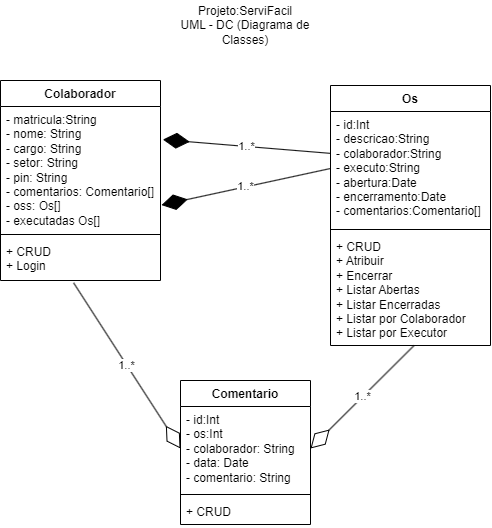
The draw.io diagram docs/projeto/uml-dc.png in wellifabio/projetofullexemplo, before a commit. Source tidied: cells renumbered, new cells last; positions are measured from the earlier drawing's top-left corner, leaving out a move shared by most shapes. Its diagram source:
```xml
<mxGraphModel>
  <root>
    <mxCell id="0" />
    <mxCell id="1" parent="0" />
    <mxCell id="2" value="&lt;div&gt;Projeto:ServiFacil&lt;/div&gt;&lt;div&gt;UML - DC (&lt;span style=&quot;background-color: initial;&quot;&gt;Diagrama de Classes)&lt;/span&gt;&lt;/div&gt;" style="text;html=1;align=center;verticalAlign=middle;whiteSpace=wrap;rounded=0;" parent="1" vertex="1">
      <mxGeometry x="160" width="170" height="50" as="geometry" />
    </mxCell>
    <mxCell id="3" value="Colaborador" style="swimlane;fontStyle=1;align=center;verticalAlign=top;horizontal=1;startSize=26;whiteSpace=wrap;html=1;" parent="1" vertex="1">
      <mxGeometry y="80" width="160" height="200" as="geometry" />
    </mxCell>
    <mxCell id="4" value="&lt;div&gt;- matricula:String&lt;/div&gt;&lt;div&gt;- nome: String&lt;/div&gt;&lt;div&gt;- cargo: String&lt;/div&gt;&lt;div&gt;- setor: String&lt;/div&gt;&lt;div&gt;- pin: String&lt;/div&gt;&lt;div&gt;- comentarios: Comentario[]&lt;/div&gt;&lt;div&gt;- oss: Os[]&lt;/div&gt;&lt;div&gt;- executadas Os[]&lt;/div&gt;" style="text;strokeColor=none;fillColor=none;align=left;verticalAlign=top;spacingLeft=4;spacingRight=4;overflow=hidden;points=[[0,0.5],[1,0.5]];portConstraint=eastwest;whiteSpace=wrap;html=1;" parent="3" vertex="1">
      <mxGeometry y="26" width="160" height="124" as="geometry" />
    </mxCell>
    <mxCell id="5" style="line;strokeWidth=1;fillColor=none;align=left;verticalAlign=middle;spacingTop=-1;spacingLeft=3;spacingRight=3;labelPosition=right;strokeColor=inherit;" parent="3" vertex="1">
      <mxGeometry y="150" width="160" height="8" as="geometry" />
    </mxCell>
    <mxCell id="6" value="+ CRUD&lt;div&gt;+ Login&lt;/div&gt;" style="text;strokeColor=none;fillColor=none;align=left;verticalAlign=top;spacingLeft=4;spacingRight=4;overflow=hidden;points=[[0,0.5],[1,0.5]];portConstraint=eastwest;whiteSpace=wrap;html=1;" parent="3" vertex="1">
      <mxGeometry y="158" width="160" height="42" as="geometry" />
    </mxCell>
    <mxCell id="7" value="Os" style="swimlane;fontStyle=1;align=center;verticalAlign=top;horizontal=1;startSize=26;whiteSpace=wrap;html=1;" parent="1" vertex="1">
      <mxGeometry x="330" y="85" width="160" height="260" as="geometry" />
    </mxCell>
    <mxCell id="8" value="&lt;div&gt;- id:Int&lt;/div&gt;&lt;div&gt;- descricao:String&lt;/div&gt;&lt;div&gt;- colaborador:String&lt;/div&gt;&lt;div&gt;- executo:String&lt;/div&gt;&lt;div&gt;- abertura:Date&lt;/div&gt;&lt;div&gt;- encerramento:Date&lt;/div&gt;&lt;div&gt;- comentarios:Comentario[]&lt;/div&gt;" style="text;strokeColor=none;fillColor=none;align=left;verticalAlign=top;spacingLeft=4;spacingRight=4;overflow=hidden;points=[[0,0.5],[1,0.5]];portConstraint=eastwest;whiteSpace=wrap;html=1;" parent="7" vertex="1">
      <mxGeometry y="26" width="160" height="114" as="geometry" />
    </mxCell>
    <mxCell id="9" style="line;strokeWidth=1;fillColor=none;align=left;verticalAlign=middle;spacingTop=-1;spacingLeft=3;spacingRight=3;labelPosition=right;strokeColor=inherit;" parent="7" vertex="1">
      <mxGeometry y="140" width="160" height="8" as="geometry" />
    </mxCell>
    <mxCell id="10" value="+ CRUD&lt;div&gt;+ Atribuir&lt;/div&gt;&lt;div&gt;+ Encerrar&lt;/div&gt;&lt;div&gt;+ Listar Abertas&lt;/div&gt;&lt;div&gt;+ Listar Encerradas&lt;/div&gt;&lt;div&gt;+ Listar por Colaborador&lt;/div&gt;&lt;div&gt;+ Listar por Executor&lt;/div&gt;" style="text;strokeColor=none;fillColor=none;align=left;verticalAlign=top;spacingLeft=4;spacingRight=4;overflow=hidden;points=[[0,0.5],[1,0.5]];portConstraint=eastwest;whiteSpace=wrap;html=1;" parent="7" vertex="1">
      <mxGeometry y="148" width="160" height="112" as="geometry" />
    </mxCell>
    <mxCell id="11" value="Comentario" style="swimlane;fontStyle=1;align=center;verticalAlign=top;horizontal=1;startSize=26;whiteSpace=wrap;html=1;" parent="1" vertex="1">
      <mxGeometry x="180" y="380" width="130" height="144" as="geometry" />
    </mxCell>
    <mxCell id="12" value="&lt;div&gt;- id:Int&lt;/div&gt;&lt;div&gt;- os:Int&lt;/div&gt;&lt;div&gt;- colaborador: String&lt;/div&gt;&lt;div&gt;- data: Date&lt;/div&gt;&lt;div&gt;- comentario: String&lt;/div&gt;" style="text;strokeColor=none;fillColor=none;align=left;verticalAlign=top;spacingLeft=4;spacingRight=4;overflow=hidden;points=[[0,0.5],[1,0.5]];portConstraint=eastwest;whiteSpace=wrap;html=1;" parent="11" vertex="1">
      <mxGeometry y="26" width="130" height="84" as="geometry" />
    </mxCell>
    <mxCell id="13" style="line;strokeWidth=1;fillColor=none;align=left;verticalAlign=middle;spacingTop=-1;spacingLeft=3;spacingRight=3;labelPosition=right;strokeColor=inherit;" parent="11" vertex="1">
      <mxGeometry y="110" width="130" height="8" as="geometry" />
    </mxCell>
    <mxCell id="14" value="+ CRUD" style="text;strokeColor=none;fillColor=none;align=left;verticalAlign=top;spacingLeft=4;spacingRight=4;overflow=hidden;whiteSpace=wrap;html=1;" parent="11" vertex="1">
      <mxGeometry y="118" width="130" height="26" as="geometry" />
    </mxCell>
    <mxCell id="15" value="1..*" style="endArrow=diamondThin;endFill=1;endSize=24;html=1;rounded=0;exitX=-0.002;exitY=0.367;exitDx=0;exitDy=0;exitPerimeter=0;entryX=1.015;entryY=0.267;entryDx=0;entryDy=0;entryPerimeter=0;" parent="1" edge="1" source="8" target="4">
      <mxGeometry relative="1" as="geometry" />
    </mxCell>
    <mxCell id="16" value="1..*" style="endArrow=diamondThin;endFill=1;endSize=24;html=1;rounded=0;exitX=0;exitY=0.5;exitDx=0;exitDy=0;entryX=1.006;entryY=0.795;entryDx=0;entryDy=0;entryPerimeter=0;" parent="1" edge="1" source="8" target="4">
      <mxGeometry relative="1" as="geometry" />
    </mxCell>
    <mxCell id="17" value="1..*" style="endArrow=diamondThin;endFill=0;endSize=24;html=1;rounded=0;entryX=1;entryY=0.5;entryDx=0;entryDy=0;exitX=0.521;exitY=1.002;exitDx=0;exitDy=0;exitPerimeter=0;" parent="1" edge="1" source="10" target="12">
      <mxGeometry relative="1" as="geometry" />
    </mxCell>
    <mxCell id="18" value="1..*" style="endArrow=diamondThin;endFill=0;endSize=24;html=1;rounded=0;exitX=0.457;exitY=1.056;exitDx=0;exitDy=0;exitPerimeter=0;entryX=0;entryY=0.5;entryDx=0;entryDy=0;" parent="1" edge="1" source="6" target="12">
      <mxGeometry relative="1" as="geometry" />
    </mxCell>
  </root>
</mxGraphModel>
```
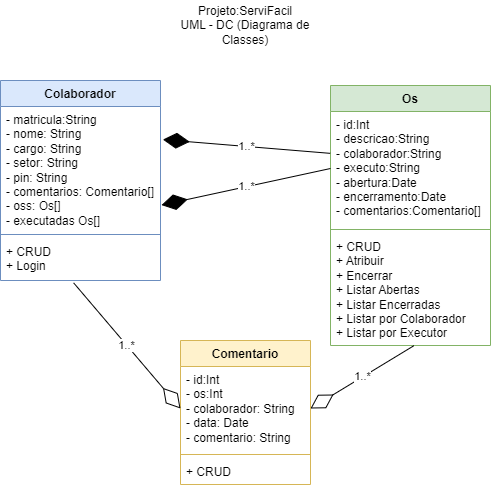
After the commit.

Diff of the diagram source:
```diff
@@ -5,7 +5,7 @@
     <mxCell id="2" value="&lt;div&gt;Projeto:ServiFacil&lt;/div&gt;&lt;div&gt;UML - DC (&lt;span style=&quot;background-color: initial;&quot;&gt;Diagrama de Classes)&lt;/span&gt;&lt;/div&gt;" style="text;html=1;align=center;verticalAlign=middle;whiteSpace=wrap;rounded=0;" parent="1" vertex="1">
       <mxGeometry x="160" width="170" height="50" as="geometry" />
     </mxCell>
-    <mxCell id="3" value="Colaborador" style="swimlane;fontStyle=1;align=center;verticalAlign=top;horizontal=1;startSize=26;whiteSpace=wrap;html=1;" parent="1" vertex="1">
+    <mxCell id="3" value="Colaborador" style="swimlane;fontStyle=1;align=center;verticalAlign=top;horizontal=1;startSize=26;whiteSpace=wrap;html=1;fillColor=#dae8fc;strokeColor=#6c8ebf;" parent="1" vertex="1">
       <mxGeometry y="80" width="160" height="200" as="geometry" />
     </mxCell>
     <mxCell id="4" value="&lt;div&gt;- matricula:String&lt;/div&gt;&lt;div&gt;- nome: String&lt;/div&gt;&lt;div&gt;- cargo: String&lt;/div&gt;&lt;div&gt;- setor: String&lt;/div&gt;&lt;div&gt;- pin: String&lt;/div&gt;&lt;div&gt;- comentarios: Comentario[]&lt;/div&gt;&lt;div&gt;- oss: Os[]&lt;/div&gt;&lt;div&gt;- executadas Os[]&lt;/div&gt;" style="text;strokeColor=none;fillColor=none;align=left;verticalAlign=top;spacingLeft=4;spacingRight=4;overflow=hidden;points=[[0,0.5],[1,0.5]];portConstraint=eastwest;whiteSpace=wrap;html=1;" parent="3" vertex="1">
@@ -17,7 +17,7 @@
     <mxCell id="6" value="+ CRUD&lt;div&gt;+ Login&lt;/div&gt;" style="text;strokeColor=none;fillColor=none;align=left;verticalAlign=top;spacingLeft=4;spacingRight=4;overflow=hidden;points=[[0,0.5],[1,0.5]];portConstraint=eastwest;whiteSpace=wrap;html=1;" parent="3" vertex="1">
       <mxGeometry y="158" width="160" height="42" as="geometry" />
     </mxCell>
-    <mxCell id="7" value="Os" style="swimlane;fontStyle=1;align=center;verticalAlign=top;horizontal=1;startSize=26;whiteSpace=wrap;html=1;" parent="1" vertex="1">
+    <mxCell id="7" value="Os" style="swimlane;fontStyle=1;align=center;verticalAlign=top;horizontal=1;startSize=26;whiteSpace=wrap;html=1;fillColor=#d5e8d4;strokeColor=#82b366;" parent="1" vertex="1">
       <mxGeometry x="330" y="85" width="160" height="260" as="geometry" />
     </mxCell>
     <mxCell id="8" value="&lt;div&gt;- id:Int&lt;/div&gt;&lt;div&gt;- descricao:String&lt;/div&gt;&lt;div&gt;- colaborador:String&lt;/div&gt;&lt;div&gt;- executo:String&lt;/div&gt;&lt;div&gt;- abertura:Date&lt;/div&gt;&lt;div&gt;- encerramento:Date&lt;/div&gt;&lt;div&gt;- comentarios:Comentario[]&lt;/div&gt;" style="text;strokeColor=none;fillColor=none;align=left;verticalAlign=top;spacingLeft=4;spacingRight=4;overflow=hidden;points=[[0,0.5],[1,0.5]];portConstraint=eastwest;whiteSpace=wrap;html=1;" parent="7" vertex="1">
@@ -29,8 +29,8 @@
     <mxCell id="10" value="+ CRUD&lt;div&gt;+ Atribuir&lt;/div&gt;&lt;div&gt;+ Encerrar&lt;/div&gt;&lt;div&gt;+ Listar Abertas&lt;/div&gt;&lt;div&gt;+ Listar Encerradas&lt;/div&gt;&lt;div&gt;+ Listar por Colaborador&lt;/div&gt;&lt;div&gt;+ Listar por Executor&lt;/div&gt;" style="text;strokeColor=none;fillColor=none;align=left;verticalAlign=top;spacingLeft=4;spacingRight=4;overflow=hidden;points=[[0,0.5],[1,0.5]];portConstraint=eastwest;whiteSpace=wrap;html=1;" parent="7" vertex="1">
       <mxGeometry y="148" width="160" height="112" as="geometry" />
     </mxCell>
-    <mxCell id="11" value="Comentario" style="swimlane;fontStyle=1;align=center;verticalAlign=top;horizontal=1;startSize=26;whiteSpace=wrap;html=1;" parent="1" vertex="1">
-      <mxGeometry x="180" y="380" width="130" height="144" as="geometry" />
+    <mxCell id="11" value="Comentario" style="swimlane;fontStyle=1;align=center;verticalAlign=top;horizontal=1;startSize=26;whiteSpace=wrap;html=1;fillColor=#fff2cc;strokeColor=#d6b656;" parent="1" vertex="1">
+      <mxGeometry x="180" y="340" width="130" height="144" as="geometry" />
     </mxCell>
     <mxCell id="12" value="&lt;div&gt;- id:Int&lt;/div&gt;&lt;div&gt;- os:Int&lt;/div&gt;&lt;div&gt;- colaborador: String&lt;/div&gt;&lt;div&gt;- data: Date&lt;/div&gt;&lt;div&gt;- comentario: String&lt;/div&gt;" style="text;strokeColor=none;fillColor=none;align=left;verticalAlign=top;spacingLeft=4;spacingRight=4;overflow=hidden;points=[[0,0.5],[1,0.5]];portConstraint=eastwest;whiteSpace=wrap;html=1;" parent="11" vertex="1">
       <mxGeometry y="26" width="130" height="84" as="geometry" />
```
